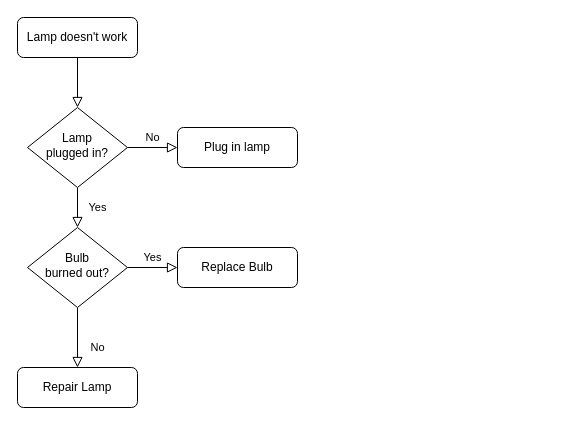
The draw.io diagram Untitled Diagram.drawio in samkalvium/draw, before the edit. Source tidied: cells renumbered, new cells numbered last; positions are measured from the earlier drawing's top-left corner, leaving out a move shared by most shapes. Both pictures are drawn from the tidied source at 100%, with x=0, y=0 at pixel (17, 17).
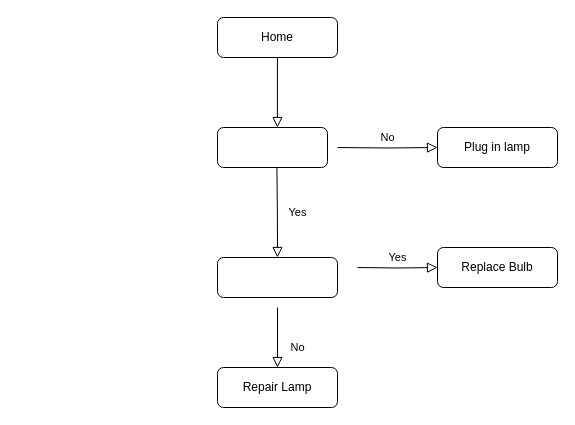
The same diagram, later.

Diff of the diagram source:
```diff
@@
 <mxGraphModel>
   <root>
     <mxCell id="0" />
     <mxCell id="1" parent="0" />
-    <mxCell id="2" style="rounded=0;html=1;jettySize=auto;fontSize=11;endArrow=block;endFill=0;endSize=8;strokeWidth=1;shadow=0;labelBackgroundColor=none;edgeStyle=orthogonalEdgeStyle;" parent="1" edge="1" source="3" target="6">
+    <mxCell id="2" style="rounded=0;html=1;jettySize=auto;fontSize=11;endArrow=block;endFill=0;endSize=8;strokeWidth=1;shadow=0;labelBackgroundColor=none;edgeStyle=orthogonalEdgeStyle;entryX=0.545;entryY=0;entryDx=0;entryDy=0;entryPerimeter=0;" parent="1" edge="1" source="3" target="13">
       <mxGeometry relative="1" as="geometry" />
     </mxCell>
-    <mxCell id="3" value="Lamp doesn't work" style="rounded=1;whiteSpace=wrap;html=1;fontSize=12;glass=0;strokeWidth=1;shadow=0;" parent="1" vertex="1">
-      <mxGeometry width="120" height="40" as="geometry" />
+    <mxCell id="3" value="Home" style="rounded=1;whiteSpace=wrap;html=1;fontSize=12;glass=0;strokeWidth=1;shadow=0;" parent="1" vertex="1">
+      <mxGeometry x="200" width="120" height="40" as="geometry" />
     </mxCell>
-    <mxCell id="4" value="Yes" style="rounded=0;html=1;jettySize=auto;fontSize=11;endArrow=block;endFill=0;endSize=8;strokeWidth=1;shadow=0;labelBackgroundColor=none;edgeStyle=orthogonalEdgeStyle;" parent="1" edge="1" source="6" target="10">
-      <mxGeometry y="20" relative="1" as="geometry" />
+    <mxCell id="4" value="Yes" style="rounded=0;html=1;jettySize=auto;fontSize=11;endArrow=block;endFill=0;endSize=8;strokeWidth=1;shadow=0;labelBackgroundColor=none;edgeStyle=orthogonalEdgeStyle;entryX=0.5;entryY=0;entryDx=0;entryDy=0;" parent="1" edge="1" target="14">
+      <mxGeometry y="20" relative="1" as="geometry">
+        <mxPoint x="259.4" y="150" as="sourcePoint" />
+      </mxGeometry>
     </mxCell>
-    <mxCell id="5" value="No" style="edgeStyle=orthogonalEdgeStyle;rounded=0;html=1;jettySize=auto;fontSize=11;endArrow=block;endFill=0;endSize=8;strokeWidth=1;shadow=0;labelBackgroundColor=none;" parent="1" edge="1" source="6" target="7">
-      <mxGeometry y="10" relative="1" as="geometry" />
+    <mxCell id="5" value="No" style="edgeStyle=orthogonalEdgeStyle;rounded=0;html=1;jettySize=auto;fontSize=11;endArrow=block;endFill=0;endSize=8;strokeWidth=1;shadow=0;labelBackgroundColor=none;" parent="1" edge="1" target="7">
+      <mxGeometry y="10" relative="1" as="geometry">
+        <mxPoint x="320" y="130" as="sourcePoint" />
+      </mxGeometry>
     </mxCell>
-    <mxCell id="6" value="Lamp&lt;br&gt;plugged in?" style="rhombus;whiteSpace=wrap;html=1;shadow=0;fontFamily=Helvetica;fontSize=12;align=center;strokeWidth=1;spacing=6;spacingTop=-4;" parent="1" vertex="1">
-      <mxGeometry x="10" y="90" width="100" height="80" as="geometry" />
-    </mxCell>
     <mxCell id="7" value="Plug in lamp" style="rounded=1;whiteSpace=wrap;html=1;fontSize=12;glass=0;strokeWidth=1;shadow=0;" parent="1" vertex="1">
-      <mxGeometry x="160" y="110" width="120" height="40" as="geometry" />
+      <mxGeometry x="420" y="110" width="120" height="40" as="geometry" />
     </mxCell>
-    <mxCell id="8" value="No" style="rounded=0;html=1;jettySize=auto;fontSize=11;endArrow=block;endFill=0;endSize=8;strokeWidth=1;shadow=0;labelBackgroundColor=none;edgeStyle=orthogonalEdgeStyle;" parent="1" edge="1" source="10" target="11">
-      <mxGeometry x="0.33" y="20" relative="1" as="geometry" />
+    <mxCell id="8" value="No" style="rounded=0;html=1;jettySize=auto;fontSize=11;endArrow=block;endFill=0;endSize=8;strokeWidth=1;shadow=0;labelBackgroundColor=none;edgeStyle=orthogonalEdgeStyle;" parent="1" edge="1" target="11">
+      <mxGeometry x="0.33" y="20" relative="1" as="geometry">
+        <mxPoint x="260" y="290" as="sourcePoint" />
+        <Array as="points">
+          <mxPoint x="260" y="290" />
+        </Array>
+      </mxGeometry>
     </mxCell>
-    <mxCell id="9" value="Yes" style="edgeStyle=orthogonalEdgeStyle;rounded=0;html=1;jettySize=auto;fontSize=11;endArrow=block;endFill=0;endSize=8;strokeWidth=1;shadow=0;labelBackgroundColor=none;" parent="1" edge="1" source="10" target="12">
-      <mxGeometry y="10" relative="1" as="geometry" />
+    <mxCell id="9" value="Yes" style="edgeStyle=orthogonalEdgeStyle;rounded=0;html=1;jettySize=auto;fontSize=11;endArrow=block;endFill=0;endSize=8;strokeWidth=1;shadow=0;labelBackgroundColor=none;" parent="1" edge="1" target="12">
+      <mxGeometry y="10" relative="1" as="geometry">
+        <mxPoint x="340" y="250" as="sourcePoint" />
+      </mxGeometry>
     </mxCell>
-    <mxCell id="10" value="Bulb&lt;br&gt;burned out?" style="rhombus;whiteSpace=wrap;html=1;shadow=0;fontFamily=Helvetica;fontSize=12;align=center;strokeWidth=1;spacing=6;spacingTop=-4;" parent="1" vertex="1">
-      <mxGeometry x="10" y="210" width="100" height="80" as="geometry" />
-    </mxCell>
     <mxCell id="11" value="Repair Lamp" style="rounded=1;whiteSpace=wrap;html=1;fontSize=12;glass=0;strokeWidth=1;shadow=0;" parent="1" vertex="1">
-      <mxGeometry y="350" width="120" height="40" as="geometry" />
+      <mxGeometry x="200" y="350" width="120" height="40" as="geometry" />
     </mxCell>
     <mxCell id="12" value="Replace Bulb" style="rounded=1;whiteSpace=wrap;html=1;fontSize=12;glass=0;strokeWidth=1;shadow=0;" parent="1" vertex="1">
-      <mxGeometry x="160" y="230" width="120" height="40" as="geometry" />
+      <mxGeometry x="420" y="230" width="120" height="40" as="geometry" />
     </mxCell>
+    <mxCell id="13" style="rounded=1;whiteSpace=wrap;html=1;" parent="1" vertex="1">
+      <mxGeometry x="200" y="110" width="110" height="40" as="geometry" />
+    </mxCell>
+    <mxCell id="14" style="rounded=1;whiteSpace=wrap;html=1;" parent="1" vertex="1">
+      <mxGeometry x="200" y="240" width="120" height="40" as="geometry" />
+    </mxCell>
   </root>
 </mxGraphModel>
```
